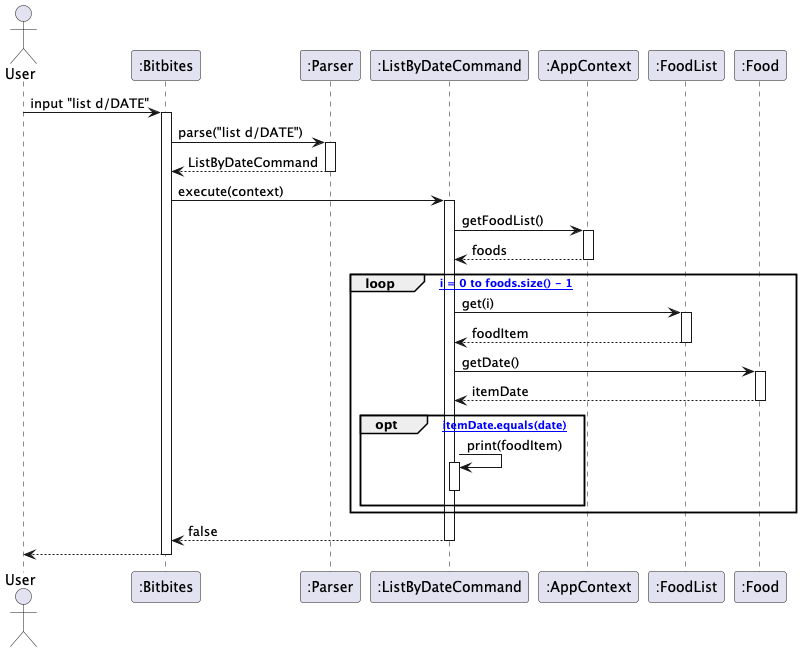
AY2526S2-CS2113-F14-2/tp keeps this PlantUML diagram as docs/uml/listFromDate.png. Above is the earlier version.
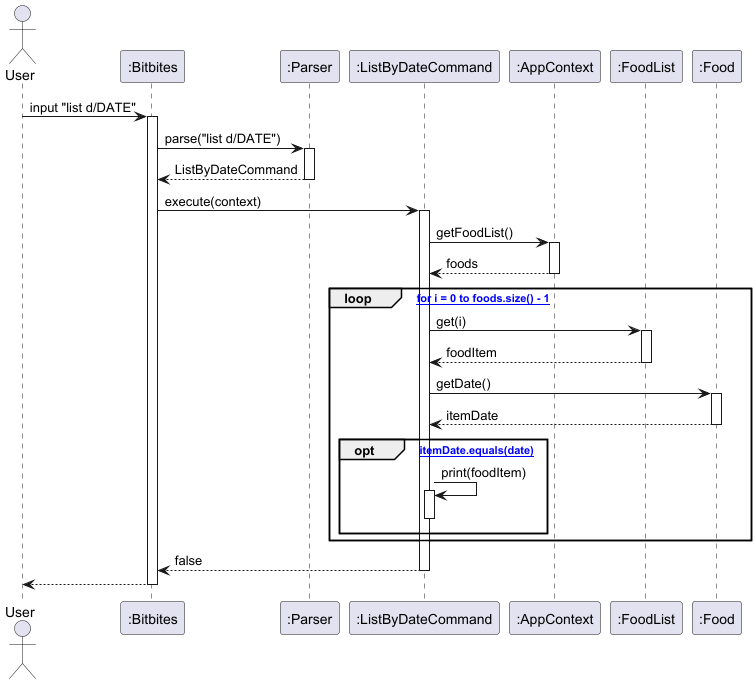
The same diagram one commit later.

Diff of the diagram source:
```diff
@@ -23,7 +23,7 @@
 AppContext --> ListByDateCommand : foods
 deactivate AppContext
 
-loop [for i = 0 to foods.size() - 1]
+loop [* for i = 0 to foods.size() - 1]
   ListByDateCommand -> FoodList : get(i)
   activate FoodList
   FoodList --> ListByDateCommand : foodItem
@@ -34,7 +34,7 @@
   Food --> ListByDateCommand : itemDate
   deactivate Food
 
-  opt [itemDate.equals(date)]
+  opt [* itemDate.equals(date)]
     ListByDateCommand -> ListByDateCommand : print(foodItem)
     activate ListByDateCommand
     deactivate ListByDateCommand
```
